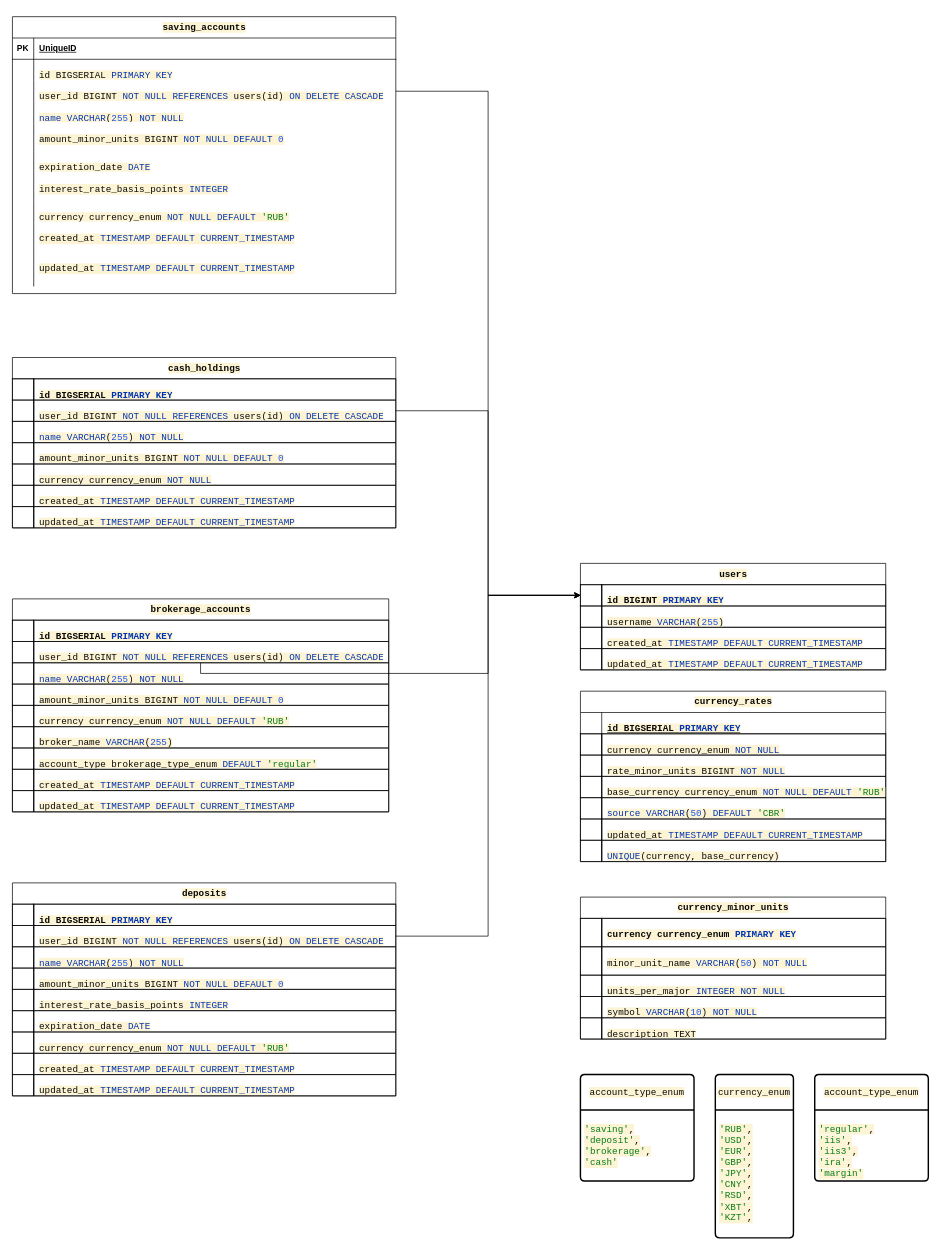
The draw.io diagram database-scheme.drawio in aniats/FiatFormaggio, before the edit. Source tidied: cells renumbered, new cells numbered last; positions are measured from the earlier drawing's top-left corner, leaving out a move shared by most shapes. Both pictures are drawn from the tidied source at 71%, with x=0, y=0 at pixel (12, 16).
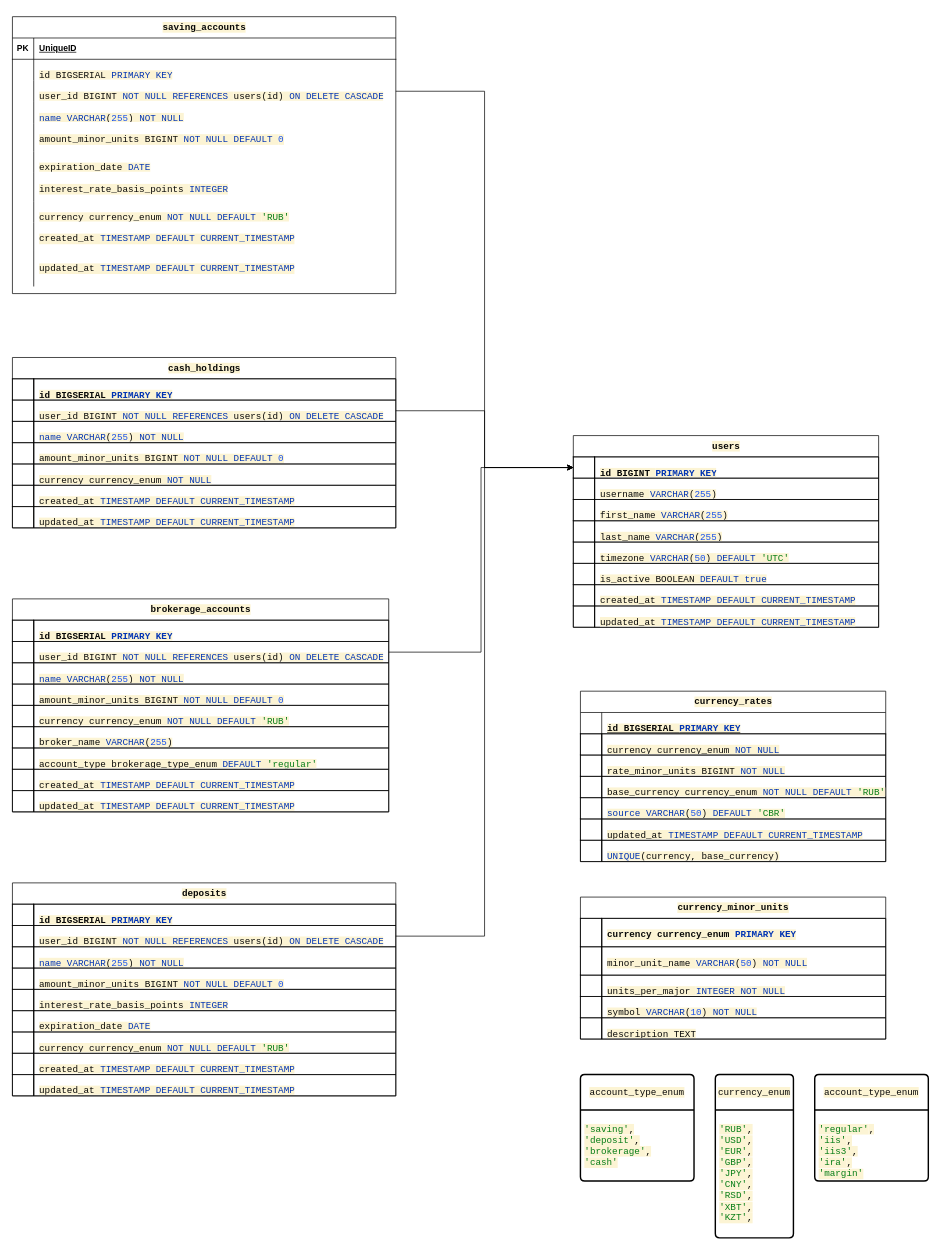
The same diagram, later.

Unchanged cells that the change refers to:
```xml
<mxCell id="3" style="shape=tableRow;horizontal=0;startSize=0;swimlaneHead=0;swimlaneBody=0;fillColor=none;points=[[0,0.5],[1,0.5]];portConstraint=eastwest;top=0;left=0;right=0;bottom=0;labelBorderColor=none;swimlaneFillColor=none;shadow=0;" parent="2" vertex="1">
  <mxGeometry y="30" width="430" height="30" as="geometry" />
</mxCell>
<mxCell id="78" style="shape=tableRow;horizontal=0;startSize=0;swimlaneHead=0;swimlaneBody=0;fillColor=none;points=[[0,0.5],[1,0.5]];portConstraint=eastwest;top=0;left=0;right=0;bottom=0;labelBorderColor=none;swimlaneFillColor=none;shadow=0;" parent="74" vertex="1">
  <mxGeometry y="60" width="530" height="30" as="geometry" />
</mxCell>
```

Change to the diagram source:
```diff
@@
     <mxCell id="2" value="&lt;div style=&quot;background-color:#ffffff;color:#080808&quot;&gt;&lt;pre style=&quot;font-family:'JetBrains Mono',monospace;font-size:9.8pt;&quot;&gt;&lt;span style=&quot;background-color:#fcf4d4;&quot;&gt;users&lt;/span&gt;&lt;/pre&gt;&lt;/div&gt;" style="shape=table;startSize=30;childLayout=tableLayout;rowLines=0;fontStyle=1;align=center;html=1;labelBorderColor=none;swimlaneFillColor=none;shadow=0;" parent="1" vertex="1">
-      <mxGeometry x="800" y="770" width="430" height="150" as="geometry" />
+      <mxGeometry x="790" y="590" width="430" height="270" as="geometry" />
     </mxCell>
@@
+    <mxCell id="172" style="shape=tableRow;horizontal=0;startSize=0;swimlaneHead=0;swimlaneBody=0;fillColor=none;top=0;left=0;right=0;bottom=0;labelBorderColor=none;swimlaneFillColor=none;shadow=0;" parent="2" vertex="1">
+      <mxGeometry y="90" width="430" height="30" as="geometry" />
+    </mxCell>
+    <mxCell id="173" style="shape=partialRectangle;top=1;left=1;bottom=1;right=1;overflow=hidden;whiteSpace=wrap;html=1;labelBorderColor=none;swimlaneFillColor=none;shadow=0;textShadow=0;fillColor=none;" parent="172" vertex="1">
+      <mxGeometry width="30" height="30" as="geometry" />
+    </mxCell>
+    <mxCell id="174" value="&lt;div style=&quot;background-color:#ffffff;color:#080808&quot;&gt;&lt;pre style=&quot;font-family:'JetBrains Mono',monospace;font-size:9.8pt;&quot;&gt;&lt;span style=&quot;background-color:#fcf4d4;&quot;&gt;first_name &lt;/span&gt;&lt;span style=&quot;color:#0033b3;background-color:#fcf4d4;&quot;&gt;VARCHAR&lt;/span&gt;&lt;span style=&quot;background-color:#fcf4d4;&quot;&gt;(&lt;/span&gt;&lt;span style=&quot;color:#1750eb;background-color:#fcf4d4;&quot;&gt;255&lt;/span&gt;&lt;span style=&quot;background-color:#fcf4d4;&quot;&gt;)&lt;/span&gt;&lt;/pre&gt;&lt;/div&gt;" style="shape=partialRectangle;top=1;left=1;bottom=1;right=1;align=left;spacingLeft=6;overflow=hidden;whiteSpace=wrap;html=1;labelBorderColor=none;swimlaneFillColor=none;shadow=0;textShadow=0;fillColor=none;" parent="172" vertex="1">
+      <mxGeometry x="30" width="400" height="30" as="geometry" />
+    </mxCell>
+    <mxCell id="175" style="shape=tableRow;horizontal=0;startSize=0;swimlaneHead=0;swimlaneBody=0;fillColor=none;top=0;left=0;right=0;bottom=0;labelBorderColor=none;swimlaneFillColor=none;shadow=0;" parent="2" vertex="1">
+      <mxGeometry y="120" width="430" height="30" as="geometry" />
+    </mxCell>
+    <mxCell id="176" style="shape=partialRectangle;top=1;left=1;bottom=1;right=1;overflow=hidden;whiteSpace=wrap;html=1;labelBorderColor=none;swimlaneFillColor=none;shadow=0;textShadow=0;fillColor=none;" parent="175" vertex="1">
+      <mxGeometry width="30" height="30" as="geometry" />
+    </mxCell>
+    <mxCell id="177" value="&lt;div style=&quot;background-color:#ffffff;color:#080808&quot;&gt;&lt;pre style=&quot;font-family:'JetBrains Mono',monospace;font-size:9.8pt;&quot;&gt;&lt;span style=&quot;background-color:#fcf4d4;&quot;&gt;last_name &lt;/span&gt;&lt;span style=&quot;color:#0033b3;background-color:#fcf4d4;&quot;&gt;VARCHAR&lt;/span&gt;&lt;span style=&quot;background-color:#fcf4d4;&quot;&gt;(&lt;/span&gt;&lt;span style=&quot;color:#1750eb;background-color:#fcf4d4;&quot;&gt;255&lt;/span&gt;&lt;span style=&quot;background-color:#fcf4d4;&quot;&gt;)&lt;/span&gt;&lt;/pre&gt;&lt;/div&gt;" style="shape=partialRectangle;top=1;left=1;bottom=1;right=1;align=left;spacingLeft=6;overflow=hidden;whiteSpace=wrap;html=1;labelBorderColor=none;swimlaneFillColor=none;shadow=0;textShadow=0;fillColor=none;" parent="175" vertex="1">
+      <mxGeometry x="30" width="400" height="30" as="geometry" />
+    </mxCell>
+    <mxCell id="178" style="shape=tableRow;horizontal=0;startSize=0;swimlaneHead=0;swimlaneBody=0;fillColor=none;top=0;left=0;right=0;bottom=0;labelBorderColor=none;swimlaneFillColor=none;shadow=0;" parent="2" vertex="1">
+      <mxGeometry y="150" width="430" height="30" as="geometry" />
+    </mxCell>
+    <mxCell id="179" style="shape=partialRectangle;top=1;left=1;bottom=1;right=1;overflow=hidden;whiteSpace=wrap;html=1;labelBorderColor=none;swimlaneFillColor=none;shadow=0;textShadow=0;fillColor=none;" parent="178" vertex="1">
+      <mxGeometry width="30" height="30" as="geometry" />
+    </mxCell>
+    <mxCell id="180" value="&lt;div style=&quot;background-color:#ffffff;color:#080808&quot;&gt;&lt;pre style=&quot;font-family:'JetBrains Mono',monospace;font-size:9.8pt;&quot;&gt;&lt;span style=&quot;background-color:#fcf4d4;&quot;&gt;timezone &lt;/span&gt;&lt;span style=&quot;color:#0033b3;background-color:#fcf4d4;&quot;&gt;VARCHAR&lt;/span&gt;&lt;span style=&quot;background-color:#fcf4d4;&quot;&gt;(&lt;/span&gt;&lt;span style=&quot;color:#1750eb;background-color:#fcf4d4;&quot;&gt;50&lt;/span&gt;&lt;span style=&quot;background-color:#fcf4d4;&quot;&gt;) &lt;/span&gt;&lt;span style=&quot;color:#0033b3;background-color:#fcf4d4;&quot;&gt;DEFAULT &lt;/span&gt;&lt;span style=&quot;color:#067d17;background-color:#fcf4d4;&quot;&gt;'UTC'&lt;/span&gt;&lt;/pre&gt;&lt;/div&gt;" style="shape=partialRectangle;top=1;left=1;bottom=1;right=1;align=left;spacingLeft=6;overflow=hidden;whiteSpace=wrap;html=1;labelBorderColor=none;swimlaneFillColor=none;shadow=0;textShadow=0;fillColor=none;" parent="178" vertex="1">
+      <mxGeometry x="30" width="400" height="30" as="geometry" />
+    </mxCell>
+    <mxCell id="181" style="shape=tableRow;horizontal=0;startSize=0;swimlaneHead=0;swimlaneBody=0;fillColor=none;top=0;left=0;right=0;bottom=0;labelBorderColor=none;swimlaneFillColor=none;shadow=0;" parent="2" vertex="1">
+      <mxGeometry y="180" width="430" height="30" as="geometry" />
+    </mxCell>
+    <mxCell id="182" style="shape=partialRectangle;top=1;left=1;bottom=1;right=1;overflow=hidden;whiteSpace=wrap;html=1;labelBorderColor=none;swimlaneFillColor=none;shadow=0;textShadow=0;fillColor=none;" parent="181" vertex="1">
+      <mxGeometry width="30" height="30" as="geometry" />
+    </mxCell>
+    <mxCell id="183" value="&lt;div style=&quot;background-color:#ffffff;color:#080808&quot;&gt;&lt;pre style=&quot;font-family:'JetBrains Mono',monospace;font-size:9.8pt;&quot;&gt;&lt;span style=&quot;background-color:#fcf4d4;&quot;&gt;is_active BOOLEAN &lt;/span&gt;&lt;span style=&quot;color:#0033b3;background-color:#fcf4d4;&quot;&gt;DEFAULT true&lt;/span&gt;&lt;/pre&gt;&lt;/div&gt;" style="shape=partialRectangle;top=1;left=1;bottom=1;right=1;align=left;spacingLeft=6;overflow=hidden;whiteSpace=wrap;html=1;labelBorderColor=none;swimlaneFillColor=none;shadow=0;textShadow=0;fillColor=none;" parent="181" vertex="1">
+      <mxGeometry x="30" width="400" height="30" as="geometry" />
+    </mxCell>
     <mxCell id="9" style="shape=tableRow;horizontal=0;startSize=0;swimlaneHead=0;swimlaneBody=0;fillColor=none;top=0;left=0;right=0;bottom=0;labelBorderColor=none;swimlaneFillColor=none;shadow=0;" parent="2" vertex="1">
-      <mxGeometry y="90" width="430" height="30" as="geometry" />
+      <mxGeometry y="210" width="430" height="30" as="geometry" />
     </mxCell>
@@
     <mxCell id="12" style="shape=tableRow;horizontal=0;startSize=0;swimlaneHead=0;swimlaneBody=0;fillColor=none;top=0;left=0;right=0;bottom=0;labelBorderColor=none;swimlaneFillColor=none;shadow=0;" parent="2" vertex="1">
-      <mxGeometry y="120" width="430" height="30" as="geometry" />
+      <mxGeometry y="240" width="430" height="30" as="geometry" />
     </mxCell>
@@
-    <mxCell id="164" style="edgeStyle=orthogonalEdgeStyle;rounded=0;jettySize=auto;html=1;entryX=0;entryY=0.5;entryDx=0;entryDy=0;" parent="1" edge="1" source="78" target="3">
-      <mxGeometry relative="1" as="geometry">
-        <Array as="points">
-          <mxPoint x="670" y="925" />
-          <mxPoint x="670" y="815" />
-        </Array>
-      </mxGeometry>
-    </mxCell>
@@
+    <mxCell id="164" style="edgeStyle=orthogonalEdgeStyle;rounded=0;jettySize=auto;html=1;entryX=0;entryY=0.5;entryDx=0;entryDy=0;" parent="1" edge="1" source="78" target="3">
+      <mxGeometry relative="1" as="geometry" />
+    </mxCell>
```
